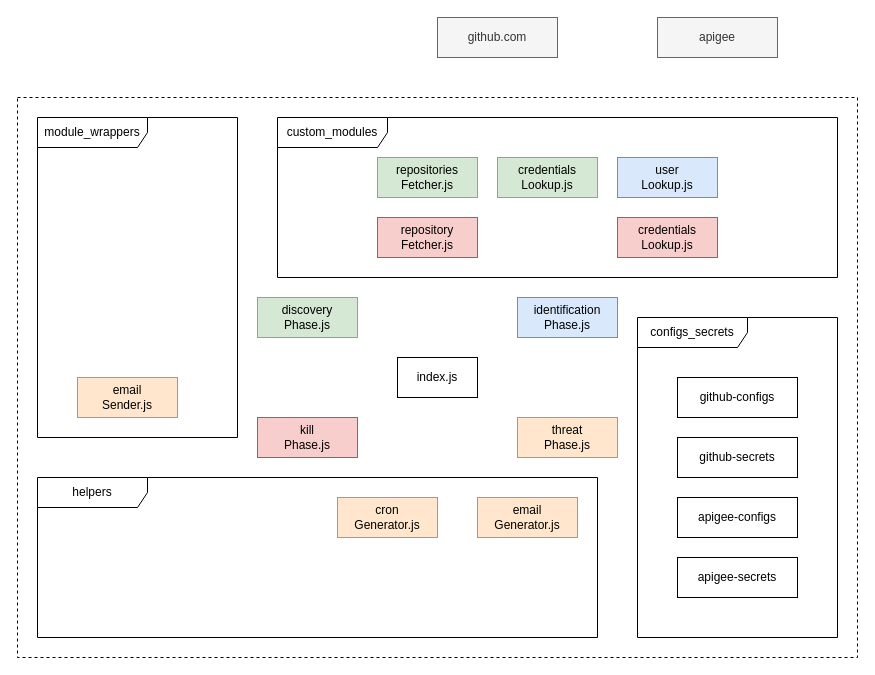
Above: page "modular-architecture" (2 of 2) of a4d/github-leaked-creds.drawio in akshitsingla/drawio-diagrams (draw.io), before the change. Source tidied: cells renumbered, new cells numbered last; positions are measured from the earlier drawing's top-left corner, leaving out a move shared by most shapes. Both pictures are drawn from the tidied source at 100%, with x=0, y=0 at pixel (17, 17).
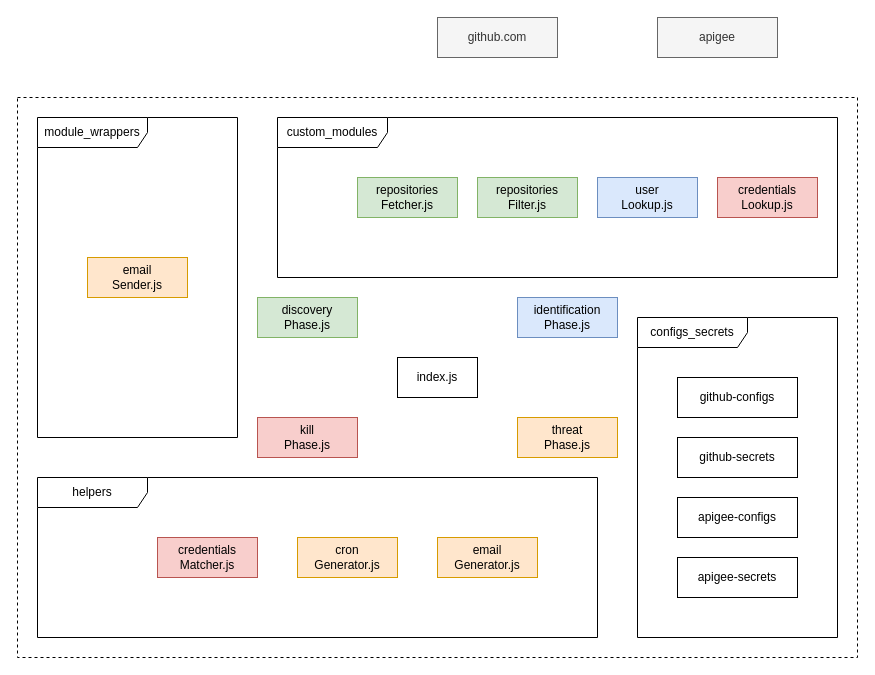
After the change.

What changed in the source:
```diff
@@
     <mxCell id="18" value="repositories&lt;br&gt;Fetcher.js" style="rounded=0;whiteSpace=wrap;html=1;fillColor=#d5e8d4;strokeColor=#82b366;" parent="1" vertex="1">
-      <mxGeometry x="360" y="140" width="100" height="40" as="geometry" />
+      <mxGeometry x="340" y="160" width="100" height="40" as="geometry" />
     </mxCell>
-    <mxCell id="19" value="credentials&lt;br&gt;Lookup.js" style="rounded=0;whiteSpace=wrap;html=1;fillColor=#d5e8d4;strokeColor=#82b366;" parent="1" vertex="1">
-      <mxGeometry x="480" y="140" width="100" height="40" as="geometry" />
+    <mxCell id="19" value="repositories&lt;br&gt;Filter.js" style="rounded=0;whiteSpace=wrap;html=1;fillColor=#d5e8d4;strokeColor=#82b366;" parent="1" vertex="1">
+      <mxGeometry x="460" y="160" width="100" height="40" as="geometry" />
     </mxCell>
     <mxCell id="20" value="user&lt;br&gt;Lookup.js" style="rounded=0;whiteSpace=wrap;html=1;fillColor=#dae8fc;strokeColor=#6c8ebf;" parent="1" vertex="1">
-      <mxGeometry x="600" y="140" width="100" height="40" as="geometry" />
+      <mxGeometry x="580" y="160" width="100" height="40" as="geometry" />
     </mxCell>
     <mxCell id="21" value="email&lt;br&gt;Generator.js" style="rounded=0;whiteSpace=wrap;html=1;fillColor=#ffe6cc;strokeColor=#d79b00;" parent="1" vertex="1">
-      <mxGeometry x="460" y="480" width="100" height="40" as="geometry" />
+      <mxGeometry x="420" y="520" width="100" height="40" as="geometry" />
     </mxCell>
     <mxCell id="22" value="email&lt;br&gt;Sender.js" style="rounded=0;whiteSpace=wrap;html=1;fillColor=#ffe6cc;strokeColor=#d79b00;" parent="1" vertex="1">
-      <mxGeometry x="60" y="360" width="100" height="40" as="geometry" />
+      <mxGeometry x="70" y="240" width="100" height="40" as="geometry" />
     </mxCell>
     <mxCell id="23" value="cron&lt;br&gt;Generator.js" style="rounded=0;whiteSpace=wrap;html=1;fillColor=#ffe6cc;strokeColor=#d79b00;" parent="1" vertex="1">
-      <mxGeometry x="320" y="480" width="100" height="40" as="geometry" />
+      <mxGeometry x="280" y="520" width="100" height="40" as="geometry" />
     </mxCell>
-    <mxCell id="24" value="repository&lt;br&gt;Fetcher.js" style="rounded=0;whiteSpace=wrap;html=1;fillColor=#f8cecc;strokeColor=#b85450;" parent="1" vertex="1">
-      <mxGeometry x="360" y="200" width="100" height="40" as="geometry" />
-    </mxCell>
     <mxCell id="25" value="credentials&lt;br&gt;Lookup.js" style="rounded=0;whiteSpace=wrap;html=1;fillColor=#f8cecc;strokeColor=#b85450;" parent="1" vertex="1">
-      <mxGeometry x="600" y="200" width="100" height="40" as="geometry" />
+      <mxGeometry x="700" y="160" width="100" height="40" as="geometry" />
     </mxCell>
+    <mxCell id="26" value="credentials&lt;br&gt;Matcher.js" style="rounded=0;whiteSpace=wrap;html=1;fillColor=#f8cecc;strokeColor=#b85450;" parent="1" vertex="1">
+      <mxGeometry x="140" y="520" width="100" height="40" as="geometry" />
+    </mxCell>
```
